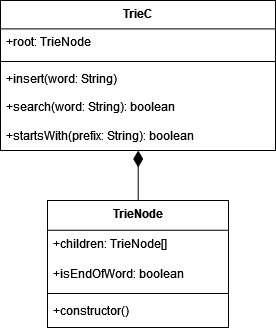
The draw.io diagram figs/trie.png in gaurav5-5/DSA-project-23, before a commit. Source tidied: cells renumbered, new cells last; positions are measured from the earlier drawing's top-left corner, leaving out a move shared by most shapes. The source it was exported from:
```xml
<mxGraphModel>
  <root>
    <mxCell id="0" />
    <mxCell id="1" parent="0" />
    <mxCell id="2" value="TrieC" style="swimlane;fontStyle=1;align=center;verticalAlign=top;horizontal=1;startSize=28.4;" parent="1" vertex="1">
      <mxGeometry width="275" height="150" as="geometry" />
    </mxCell>
    <mxCell id="3" value="+root: TrieNode" style="text;strokeColor=none;fillColor=none;align=left;verticalAlign=top;spacingLeft=4;spacingRight=4;overflow=hidden;points=[[0,0.5],[1,0.5]];portConstraint=eastwest;" parent="2" vertex="1">
      <mxGeometry y="28" width="275" height="28" as="geometry" />
    </mxCell>
    <mxCell id="4" style="line;strokeWidth=1;fillColor=none;align=left;verticalAlign=middle;spacingTop=-1;spacingLeft=3;spacingRight=3;labelPosition=right;points=[];portConstraint=eastwest;strokeColor=inherit;" parent="2" vertex="1">
      <mxGeometry y="57" width="275" height="8" as="geometry" />
    </mxCell>
    <mxCell id="5" value="+insert(word: String)" style="text;strokeColor=none;fillColor=none;align=left;verticalAlign=top;spacingLeft=4;spacingRight=4;overflow=hidden;points=[[0,0.5],[1,0.5]];portConstraint=eastwest;" parent="2" vertex="1">
      <mxGeometry y="65" width="275" height="28" as="geometry" />
    </mxCell>
    <mxCell id="6" value="+search(word: String): boolean" style="text;strokeColor=none;fillColor=none;align=left;verticalAlign=top;spacingLeft=4;spacingRight=4;overflow=hidden;points=[[0,0.5],[1,0.5]];portConstraint=eastwest;" parent="2" vertex="1">
      <mxGeometry y="93" width="275" height="28" as="geometry" />
    </mxCell>
    <mxCell id="7" value="+startsWith(prefix: String): boolean" style="text;strokeColor=none;fillColor=none;align=left;verticalAlign=top;spacingLeft=4;spacingRight=4;overflow=hidden;points=[[0,0.5],[1,0.5]];portConstraint=eastwest;" parent="2" vertex="1">
      <mxGeometry y="122" width="275" height="28" as="geometry" />
    </mxCell>
    <mxCell id="8" value="TrieNode" style="swimlane;fontStyle=1;align=center;verticalAlign=top;horizontal=1;startSize=29.75;" parent="1" vertex="1">
      <mxGeometry x="47" y="200" width="181" height="127" as="geometry" />
    </mxCell>
    <mxCell id="9" value="+children: TrieNode[]" style="text;strokeColor=none;fillColor=none;align=left;verticalAlign=top;spacingLeft=4;spacingRight=4;overflow=hidden;points=[[0,0.5],[1,0.5]];portConstraint=eastwest;" parent="8" vertex="1">
      <mxGeometry y="30" width="181" height="30" as="geometry" />
    </mxCell>
    <mxCell id="10" value="+isEndOfWord: boolean" style="text;strokeColor=none;fillColor=none;align=left;verticalAlign=top;spacingLeft=4;spacingRight=4;overflow=hidden;points=[[0,0.5],[1,0.5]];portConstraint=eastwest;" parent="8" vertex="1">
      <mxGeometry y="60" width="181" height="30" as="geometry" />
    </mxCell>
    <mxCell id="11" style="line;strokeWidth=1;fillColor=none;align=left;verticalAlign=middle;spacingTop=-1;spacingLeft=3;spacingRight=3;labelPosition=right;points=[];portConstraint=eastwest;strokeColor=inherit;" parent="8" vertex="1">
      <mxGeometry y="89" width="181" height="8" as="geometry" />
    </mxCell>
    <mxCell id="12" value="+constructor()" style="text;strokeColor=none;fillColor=none;align=left;verticalAlign=top;spacingLeft=4;spacingRight=4;overflow=hidden;points=[[0,0.5],[1,0.5]];portConstraint=eastwest;" parent="8" vertex="1">
      <mxGeometry y="97" width="181" height="30" as="geometry" />
    </mxCell>
    <mxCell id="13" style="curved=1;startArrow=diamondThin;startSize=14;startFill=1;endArrow=none;exitX=0.5007272616299716;exitY=1;entryX=0.5011049555151502;entryY=0;" parent="1" edge="1" source="2" target="8">
      <mxGeometry relative="1" as="geometry" />
    </mxCell>
  </root>
</mxGraphModel>
```
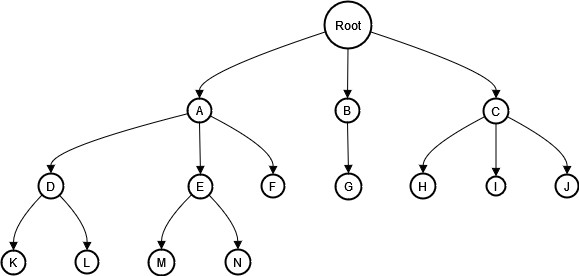
The same file after the commit.

Change to the diagram source:
```diff
@@ -2,41 +2,132 @@
   <root>
     <mxCell id="0" />
     <mxCell id="1" parent="0" />
-    <mxCell id="2" value="TrieC" style="swimlane;fontStyle=1;align=center;verticalAlign=top;horizontal=1;startSize=28.4;" parent="1" vertex="1">
-      <mxGeometry width="275" height="150" as="geometry" />
+    <mxCell id="2" value="Root" style="ellipse;strokeWidth=2;whiteSpace=wrap;" parent="1" vertex="1">
+      <mxGeometry x="315" y="-8" width="47" height="47" as="geometry" />
     </mxCell>
-    <mxCell id="3" value="+root: TrieNode" style="text;strokeColor=none;fillColor=none;align=left;verticalAlign=top;spacingLeft=4;spacingRight=4;overflow=hidden;points=[[0,0.5],[1,0.5]];portConstraint=eastwest;" parent="2" vertex="1">
-      <mxGeometry y="28" width="275" height="28" as="geometry" />
+    <mxCell id="3" value="A" style="ellipse;strokeWidth=2;whiteSpace=wrap;" parent="1" vertex="1">
+      <mxGeometry x="178" y="89" width="24" height="24" as="geometry" />
     </mxCell>
-    <mxCell id="4" style="line;strokeWidth=1;fillColor=none;align=left;verticalAlign=middle;spacingTop=-1;spacingLeft=3;spacingRight=3;labelPosition=right;points=[];portConstraint=eastwest;strokeColor=inherit;" parent="2" vertex="1">
-      <mxGeometry y="57" width="275" height="8" as="geometry" />
+    <mxCell id="4" value="B" style="ellipse;strokeWidth=2;whiteSpace=wrap;" parent="1" vertex="1">
+      <mxGeometry x="326" y="89" width="24" height="24" as="geometry" />
     </mxCell>
-    <mxCell id="5" value="+insert(word: String)" style="text;strokeColor=none;fillColor=none;align=left;verticalAlign=top;spacingLeft=4;spacingRight=4;overflow=hidden;points=[[0,0.5],[1,0.5]];portConstraint=eastwest;" parent="2" vertex="1">
-      <mxGeometry y="65" width="275" height="28" as="geometry" />
+    <mxCell id="5" value="C" style="ellipse;strokeWidth=2;whiteSpace=wrap;" parent="1" vertex="1">
+      <mxGeometry x="474" y="89" width="25" height="25" as="geometry" />
     </mxCell>
-    <mxCell id="6" value="+search(word: String): boolean" style="text;strokeColor=none;fillColor=none;align=left;verticalAlign=top;spacingLeft=4;spacingRight=4;overflow=hidden;points=[[0,0.5],[1,0.5]];portConstraint=eastwest;" parent="2" vertex="1">
-      <mxGeometry y="93" width="275" height="28" as="geometry" />
+    <mxCell id="6" value="D" style="ellipse;strokeWidth=2;whiteSpace=wrap;" parent="1" vertex="1">
+      <mxGeometry x="29" y="164" width="25" height="25" as="geometry" />
     </mxCell>
-    <mxCell id="7" value="+startsWith(prefix: String): boolean" style="text;strokeColor=none;fillColor=none;align=left;verticalAlign=top;spacingLeft=4;spacingRight=4;overflow=hidden;points=[[0,0.5],[1,0.5]];portConstraint=eastwest;" parent="2" vertex="1">
-      <mxGeometry y="122" width="275" height="28" as="geometry" />
+    <mxCell id="7" value="E" style="ellipse;strokeWidth=2;whiteSpace=wrap;" parent="1" vertex="1">
+      <mxGeometry x="179" y="165" width="24" height="24" as="geometry" />
     </mxCell>
-    <mxCell id="8" value="TrieNode" style="swimlane;fontStyle=1;align=center;verticalAlign=top;horizontal=1;startSize=29.75;" parent="1" vertex="1">
-      <mxGeometry x="47" y="200" width="181" height="127" as="geometry" />
+    <mxCell id="8" value="F" style="ellipse;strokeWidth=2;whiteSpace=wrap;" parent="1" vertex="1">
+      <mxGeometry x="252" y="165" width="23" height="23" as="geometry" />
     </mxCell>
-    <mxCell id="9" value="+children: TrieNode[]" style="text;strokeColor=none;fillColor=none;align=left;verticalAlign=top;spacingLeft=4;spacingRight=4;overflow=hidden;points=[[0,0.5],[1,0.5]];portConstraint=eastwest;" parent="8" vertex="1">
-      <mxGeometry y="30" width="181" height="30" as="geometry" />
+    <mxCell id="9" value="G" style="ellipse;strokeWidth=2;whiteSpace=wrap;" parent="1" vertex="1">
+      <mxGeometry x="326" y="164" width="26" height="26" as="geometry" />
     </mxCell>
-    <mxCell id="10" value="+isEndOfWord: boolean" style="text;strokeColor=none;fillColor=none;align=left;verticalAlign=top;spacingLeft=4;spacingRight=4;overflow=hidden;points=[[0,0.5],[1,0.5]];portConstraint=eastwest;" parent="8" vertex="1">
-      <mxGeometry y="60" width="181" height="30" as="geometry" />
+    <mxCell id="10" value="H" style="ellipse;strokeWidth=2;whiteSpace=wrap;" parent="1" vertex="1">
+      <mxGeometry x="401" y="164" width="25" height="25" as="geometry" />
     </mxCell>
-    <mxCell id="11" style="line;strokeWidth=1;fillColor=none;align=left;verticalAlign=middle;spacingTop=-1;spacingLeft=3;spacingRight=3;labelPosition=right;points=[];portConstraint=eastwest;strokeColor=inherit;" parent="8" vertex="1">
-      <mxGeometry y="89" width="181" height="8" as="geometry" />
+    <mxCell id="11" value="I" style="ellipse;strokeWidth=2;whiteSpace=wrap;" parent="1" vertex="1">
+      <mxGeometry x="477" y="167" width="19" height="19" as="geometry" />
     </mxCell>
-    <mxCell id="12" value="+constructor()" style="text;strokeColor=none;fillColor=none;align=left;verticalAlign=top;spacingLeft=4;spacingRight=4;overflow=hidden;points=[[0,0.5],[1,0.5]];portConstraint=eastwest;" parent="8" vertex="1">
-      <mxGeometry y="97" width="181" height="30" as="geometry" />
+    <mxCell id="12" value="J" style="ellipse;strokeWidth=2;whiteSpace=wrap;" parent="1" vertex="1">
+      <mxGeometry x="546" y="165" width="23" height="23" as="geometry" />
     </mxCell>
-    <mxCell id="13" style="curved=1;startArrow=diamondThin;startSize=14;startFill=1;endArrow=none;exitX=0.5007272616299716;exitY=1;entryX=0.5011049555151502;entryY=0;" parent="1" edge="1" source="2" target="8">
-      <mxGeometry relative="1" as="geometry" />
+    <mxCell id="13" value="K" style="ellipse;strokeWidth=2;whiteSpace=wrap;" parent="1" vertex="1">
+      <mxGeometry x="-8" y="241" width="24" height="24" as="geometry" />
     </mxCell>
+    <mxCell id="14" value="L" style="ellipse;strokeWidth=2;whiteSpace=wrap;" parent="1" vertex="1">
+      <mxGeometry x="66" y="241" width="23" height="23" as="geometry" />
+    </mxCell>
+    <mxCell id="15" value="M" style="ellipse;strokeWidth=2;whiteSpace=wrap;" parent="1" vertex="1">
+      <mxGeometry x="139" y="240" width="26" height="26" as="geometry" />
+    </mxCell>
+    <mxCell id="16" value="N" style="ellipse;strokeWidth=2;whiteSpace=wrap;" parent="1" vertex="1">
+      <mxGeometry x="216" y="240" width="25" height="25" as="geometry" />
+    </mxCell>
+    <mxCell id="17" style="curved=1;startArrow=none;endArrow=block;exitX=-0.002482282354476604;exitY=0.6666497430196042;entryX=0.5159722765286764;entryY=0.010416666666666666;" parent="1" edge="1" source="2" target="3">
+      <mxGeometry relative="1" as="geometry">
+        <Array as="points">
+          <mxPoint x="190" y="64" />
+        </Array>
+      </mxGeometry>
+    </mxCell>
+    <mxCell id="18" style="curved=1;startArrow=none;endArrow=block;exitX=0.4994680830772887;exitY=1.0039007308635306;entryX=0.5197916626930237;entryY=0.018402814865112305;" parent="1" edge="1" source="2" target="4">
+      <mxGeometry relative="1" as="geometry" />
+    </mxCell>
+    <mxCell id="19" style="curved=1;startArrow=none;endArrow=block;exitX=1.001418448509054;exitY=0.6666404736880295;entryX=0.5030000114440918;entryY=0.0073333740234375;" parent="1" edge="1" source="2" target="5">
+      <mxGeometry relative="1" as="geometry">
+        <Array as="points">
+          <mxPoint x="487" y="64" />
+        </Array>
+      </mxGeometry>
+    </mxCell>
+    <mxCell id="20" style="curved=1;startArrow=none;endArrow=block;exitX=0.006944477558135986;exitY=0.6464353112016751;entryX=0.4775000190734863;entryY=0.01;" parent="1" edge="1" source="3" target="6">
+      <mxGeometry relative="1" as="geometry">
+        <Array as="points">
+          <mxPoint x="41" y="139" />
+        </Array>
+      </mxGeometry>
+    </mxCell>
+    <mxCell id="21" style="curved=1;startArrow=none;endArrow=block;exitX=0.5159722765286764;exitY=1.0284722646077473;entryX=0.4743056098620097;entryY=-0.005208333333333333;" parent="1" edge="1" source="3" target="7">
+      <mxGeometry relative="1" as="geometry" />
+    </mxCell>
+    <mxCell id="22" style="curved=1;startArrow=none;endArrow=block;exitX=1.0250000754992168;exitY=0.7777105535483161;entryX=0.5159420552461044;entryY=-0.0018116080242654552;" parent="1" edge="1" source="3" target="8">
+      <mxGeometry relative="1" as="geometry">
+        <Array as="points">
+          <mxPoint x="264" y="139" />
+        </Array>
+      </mxGeometry>
+    </mxCell>
+    <mxCell id="23" style="curved=1;startArrow=none;endArrow=block;exitX=0.5197916626930237;exitY=1.0204861164093018;entryX=0.4798076886397142;entryY=-0.009615384615384616;" parent="1" edge="1" source="4" target="9">
+      <mxGeometry relative="1" as="geometry" />
+    </mxCell>
+    <mxCell id="24" style="curved=1;startArrow=none;endArrow=block;exitX=0.011666698455810547;exitY=0.7514815453248553;entryX=0.5246666526794433;entryY=-0.003000030517578125;" parent="1" edge="1" source="5" target="10">
+      <mxGeometry relative="1" as="geometry">
+        <Array as="points">
+          <mxPoint x="414" y="139" />
+        </Array>
+      </mxGeometry>
+    </mxCell>
+    <mxCell id="25" style="curved=1;startArrow=none;endArrow=block;exitX=0.5030000114440918;exitY=0.99;entryX=0.5039473834790682;entryY=-0.0035088187769839636;" parent="1" edge="1" source="5" target="11">
+      <mxGeometry relative="1" as="geometry" />
+    </mxCell>
+    <mxCell id="26" style="curved=1;startArrow=none;endArrow=block;exitX=0.9943333244323731;exitY=0.7565230157489066;entryX=0.505072490028713;entryY=0.01485505311385445;" parent="1" edge="1" source="5" target="12">
+      <mxGeometry relative="1" as="geometry">
+        <Array as="points">
+          <mxPoint x="558" y="139" />
+        </Array>
+      </mxGeometry>
+    </mxCell>
+    <mxCell id="27" style="curved=1;startArrow=none;endArrow=block;exitX=-0.004703788232871773;exitY=1.0026666259765624;entryX=0.5045138994852701;entryY=-0.015277822812398275;" parent="1" edge="1" source="6" target="13">
+      <mxGeometry relative="1" as="geometry">
+        <Array as="points">
+          <mxPoint x="4" y="215" />
+        </Array>
+      </mxGeometry>
+    </mxCell>
+    <mxCell id="28" style="curved=1;startArrow=none;endArrow=block;exitX=0.9597038263798444;exitY=1.0026666259765624;entryX=0.5115942333055579;entryY=0.00833328910495924;" parent="1" edge="1" source="6" target="14">
+      <mxGeometry relative="1" as="geometry">
+        <Array as="points">
+          <mxPoint x="78" y="215" />
+        </Array>
+      </mxGeometry>
+    </mxCell>
+    <mxCell id="29" style="curved=1;startArrow=none;endArrow=block;exitX=-0.016450741235971122;exitY=0.9767360687255859;entryX=0.5189102979806753;entryY=-0.016666705791766826;" parent="1" edge="1" source="7" target="15">
+      <mxGeometry relative="1" as="geometry">
+        <Array as="points">
+          <mxPoint x="152" y="215" />
+        </Array>
+      </mxGeometry>
+    </mxCell>
+    <mxCell id="30" style="curved=1;startArrow=none;endArrow=block;exitX=0.9650619609599905;exitY=0.9767360687255859;entryX=0.49100006103515625;entryY=0.005333290100097656;" parent="1" edge="1" source="7" target="16">
+      <mxGeometry relative="1" as="geometry">
+        <Array as="points">
+          <mxPoint x="228" y="215" />
+        </Array>
+      </mxGeometry>
+    </mxCell>
   </root>
 </mxGraphModel>
```
